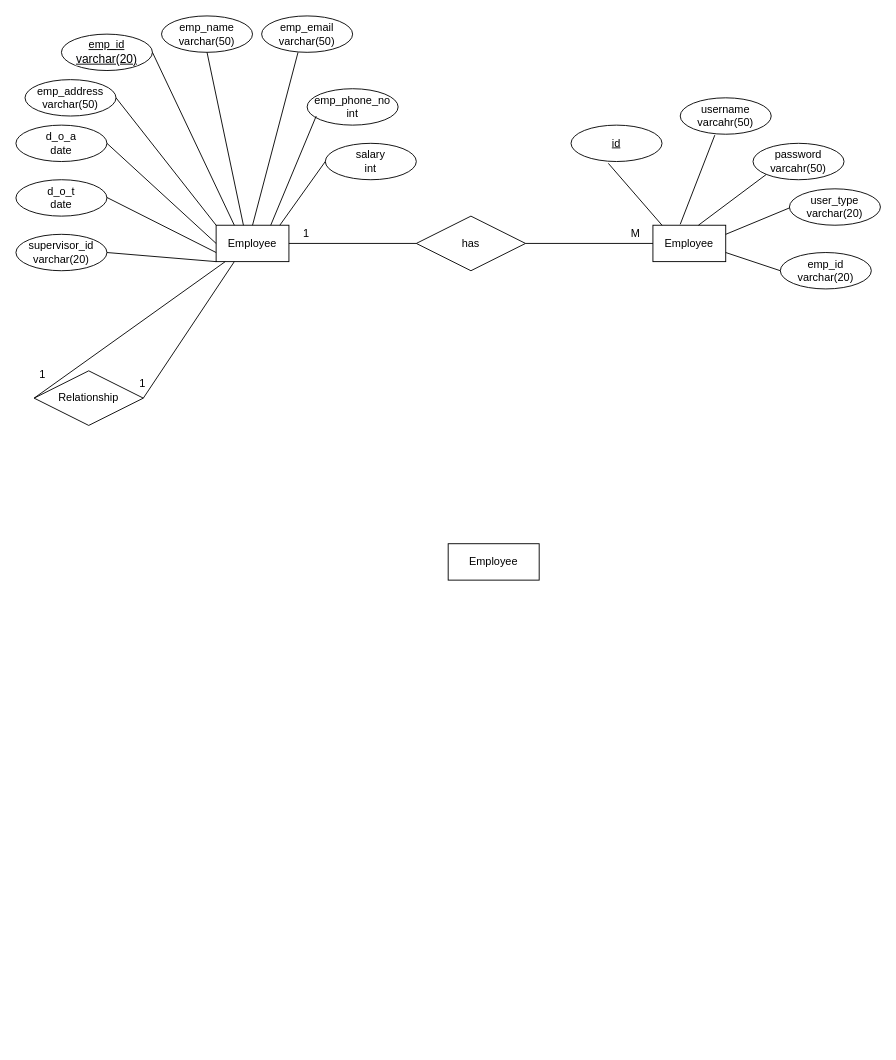
Dulara-Akalanka/Canteen-Management-System keeps this draw.io diagram as Untitled Diagram.drawio. Above is the earlier version. Source tidied: cells renumbered, new cells numbered last; positions are measured from the earlier drawing's top-left corner, leaving out a move shared by most shapes. Both pictures are drawn from the tidied source at 91%, with x=0, y=0 at pixel (15, 15).
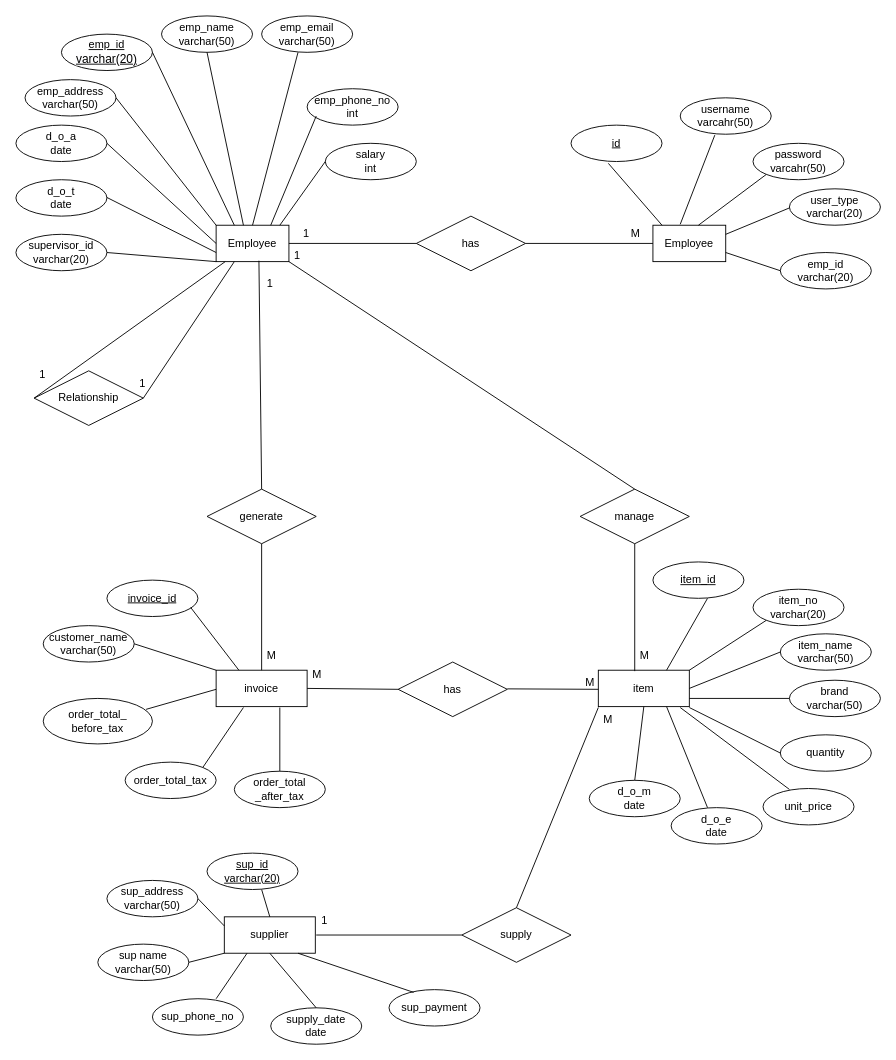
Above is the later version.

The change refers to these unchanged cells:
```xml
<mxCell id="2" value="Employee" style="whiteSpace=wrap;html=1;align=center;" parent="1" vertex="1">
  <mxGeometry x="220" y="230" width="80" height="40" as="geometry" />
</mxCell>
```

Diff of the diagram source:
```diff
@@
-    <mxCell id="3" value="Employee" style="whiteSpace=wrap;html=1;align=center;" parent="1" vertex="1">
-      <mxGeometry x="475" y="580" width="100" height="40" as="geometry" />
+    <mxCell id="3" value="item" style="whiteSpace=wrap;html=1;align=center;" parent="1" vertex="1">
+      <mxGeometry x="640" y="719" width="100" height="40" as="geometry" />
     </mxCell>
@@
+    <mxCell id="43" value="generate" style="shape=rhombus;perimeter=rhombusPerimeter;whiteSpace=wrap;html=1;align=center;" parent="1" vertex="1">
+      <mxGeometry x="210" y="520" width="120" height="60" as="geometry" />
+    </mxCell>
+    <mxCell id="44" value="manage" style="shape=rhombus;perimeter=rhombusPerimeter;whiteSpace=wrap;html=1;align=center;" parent="1" vertex="1">
+      <mxGeometry x="620" y="520" width="120" height="60" as="geometry" />
+    </mxCell>
+    <mxCell id="45" value="invoice" style="whiteSpace=wrap;html=1;align=center;" parent="1" vertex="1">
+      <mxGeometry x="220" y="719" width="100" height="40" as="geometry" />
+    </mxCell>
+    <mxCell id="46" value="invoice_id" style="ellipse;whiteSpace=wrap;html=1;align=center;fontStyle=4;" parent="1" vertex="1">
+      <mxGeometry x="100" y="620" width="100" height="40" as="geometry" />
+    </mxCell>
+    <mxCell id="47" value="customer_name&lt;br&gt;varchar(50)" style="ellipse;whiteSpace=wrap;html=1;align=center;" parent="1" vertex="1">
+      <mxGeometry x="30" y="670" width="100" height="40" as="geometry" />
+    </mxCell>
+    <mxCell id="48" value="order_total_&lt;br&gt;before_tax" style="ellipse;whiteSpace=wrap;html=1;align=center;" parent="1" vertex="1">
+      <mxGeometry x="30" y="750" width="120" height="50" as="geometry" />
+    </mxCell>
+    <mxCell id="49" value="order_total_tax" style="ellipse;whiteSpace=wrap;html=1;align=center;" parent="1" vertex="1">
+      <mxGeometry x="120" y="820" width="100" height="40" as="geometry" />
+    </mxCell>
+    <mxCell id="50" value="order_total&lt;br&gt;_after_tax" style="ellipse;whiteSpace=wrap;html=1;align=center;" parent="1" vertex="1">
+      <mxGeometry x="240" y="830" width="100" height="40" as="geometry" />
+    </mxCell>
+    <mxCell id="51" style="endArrow=none;html=1;rounded=0;entryX=0.5;entryY=0;entryDx=0;entryDy=0;" parent="1" edge="1" target="50">
+      <mxGeometry relative="1" as="geometry">
+        <mxPoint x="290" y="760" as="sourcePoint" />
+      </mxGeometry>
+    </mxCell>
+    <mxCell id="52" style="endArrow=none;html=1;rounded=0;exitX=1;exitY=0;exitDx=0;exitDy=0;" parent="1" edge="1" source="49">
+      <mxGeometry relative="1" as="geometry">
+        <mxPoint x="250" y="760" as="targetPoint" />
+      </mxGeometry>
+    </mxCell>
+    <mxCell id="53" style="endArrow=none;html=1;rounded=0;exitX=0.942;exitY=0.24;exitDx=0;exitDy=0;exitPerimeter=0;" parent="1" edge="1" source="48">
+      <mxGeometry relative="1" as="geometry">
+        <mxPoint x="220" y="740" as="targetPoint" />
+      </mxGeometry>
+    </mxCell>
+    <mxCell id="54" style="endArrow=none;html=1;rounded=0;entryX=0;entryY=0;entryDx=0;entryDy=0;" parent="1" edge="1" target="45">
+      <mxGeometry relative="1" as="geometry">
+        <mxPoint x="130" y="690" as="sourcePoint" />
+      </mxGeometry>
+    </mxCell>
+    <mxCell id="55" style="endArrow=none;html=1;rounded=0;entryX=0.25;entryY=0;entryDx=0;entryDy=0;" parent="1" edge="1" target="45">
+      <mxGeometry relative="1" as="geometry">
+        <mxPoint x="192" y="650" as="sourcePoint" />
+      </mxGeometry>
+    </mxCell>
+    <mxCell id="56" style="endArrow=none;html=1;rounded=0;exitX=0.5;exitY=1;exitDx=0;exitDy=0;entryX=0.5;entryY=0;entryDx=0;entryDy=0;" parent="1" edge="1" source="43" target="45">
+      <mxGeometry relative="1" as="geometry" />
+    </mxCell>
+    <mxCell id="57" style="endArrow=none;html=1;rounded=0;exitX=0.588;exitY=0.975;exitDx=0;exitDy=0;entryX=0.5;entryY=0;entryDx=0;entryDy=0;exitPerimeter=0;" parent="1" edge="1" source="2" target="43">
+      <mxGeometry relative="1" as="geometry" />
+    </mxCell>
+    <mxCell id="58" value="has" style="shape=rhombus;perimeter=rhombusPerimeter;whiteSpace=wrap;html=1;align=center;" parent="1" vertex="1">
+      <mxGeometry x="420" y="710" width="120" height="60" as="geometry" />
+    </mxCell>
+    <mxCell id="59" style="endArrow=none;html=1;rounded=0;exitX=1;exitY=0.5;exitDx=0;exitDy=0;entryX=0;entryY=0.5;entryDx=0;entryDy=0;" parent="1" edge="1" source="45" target="58">
+      <mxGeometry relative="1" as="geometry" />
+    </mxCell>
+    <mxCell id="60" style="endArrow=none;html=1;rounded=0;" parent="1" edge="1">
+      <mxGeometry relative="1" as="geometry">
+        <mxPoint x="540" y="739.5" as="sourcePoint" />
+        <mxPoint x="640" y="740" as="targetPoint" />
+      </mxGeometry>
+    </mxCell>
+    <mxCell id="61" style="endArrow=none;html=1;rounded=0;entryX=0.4;entryY=0.025;entryDx=0;entryDy=0;exitX=0.5;exitY=1;exitDx=0;exitDy=0;entryPerimeter=0;" parent="1" edge="1" source="44" target="3">
+      <mxGeometry relative="1" as="geometry" />
+    </mxCell>
+    <mxCell id="62" style="endArrow=none;html=1;rounded=0;exitX=1;exitY=1;exitDx=0;exitDy=0;entryX=0.5;entryY=0;entryDx=0;entryDy=0;" parent="1" edge="1" source="2" target="44">
+      <mxGeometry relative="1" as="geometry" />
+    </mxCell>
+    <mxCell id="63" value="1" style="text;strokeColor=none;fillColor=none;spacingLeft=4;spacingRight=4;overflow=hidden;fontSize=12;" parent="1" vertex="1">
+      <mxGeometry x="270" y="280" width="40" height="30" as="geometry" />
+    </mxCell>
+    <mxCell id="64" value="M" style="text;strokeColor=none;fillColor=none;spacingLeft=4;spacingRight=4;overflow=hidden;fontSize=12;" parent="1" vertex="1">
+      <mxGeometry x="270" y="689" width="40" height="30" as="geometry" />
+    </mxCell>
+    <mxCell id="65" value="M" style="text;strokeColor=none;fillColor=none;spacingLeft=4;spacingRight=4;overflow=hidden;fontSize=12;" parent="1" vertex="1">
+      <mxGeometry x="320" y="710" width="40" height="30" as="geometry" />
+    </mxCell>
+    <mxCell id="66" value="M" style="text;strokeColor=none;fillColor=none;spacingLeft=4;spacingRight=4;overflow=hidden;fontSize=12;" parent="1" vertex="1">
+      <mxGeometry x="680" y="689" width="40" height="30" as="geometry" />
+    </mxCell>
+    <mxCell id="67" value="M" style="text;strokeColor=none;fillColor=none;spacingLeft=4;spacingRight=4;overflow=hidden;fontSize=12;" parent="1" vertex="1">
+      <mxGeometry x="620" y="719" width="40" height="30" as="geometry" />
+    </mxCell>
+    <mxCell id="68" value="1" style="text;strokeColor=none;fillColor=none;spacingLeft=4;spacingRight=4;overflow=hidden;fontSize=12;" parent="1" vertex="1">
+      <mxGeometry x="300" y="250" width="40" height="30" as="geometry" />
+    </mxCell>
+    <mxCell id="69" value="item_no&lt;br&gt;varchar(20)" style="ellipse;whiteSpace=wrap;html=1;align=center;" parent="1" vertex="1">
+      <mxGeometry x="810" y="630" width="100" height="40" as="geometry" />
+    </mxCell>
+    <mxCell id="70" value="item_id" style="ellipse;whiteSpace=wrap;html=1;align=center;fontStyle=4;" parent="1" vertex="1">
+      <mxGeometry x="700" y="600" width="100" height="40" as="geometry" />
+    </mxCell>
+    <mxCell id="71" value="item_name&lt;br&gt;varchar(50)" style="ellipse;whiteSpace=wrap;html=1;align=center;" parent="1" vertex="1">
+      <mxGeometry x="840" y="679" width="100" height="40" as="geometry" />
+    </mxCell>
+    <mxCell id="72" value="brand&lt;br&gt;varchar(50)" style="ellipse;whiteSpace=wrap;html=1;align=center;" parent="1" vertex="1">
+      <mxGeometry x="850" y="730" width="100" height="40" as="geometry" />
+    </mxCell>
+    <mxCell id="73" value="quantity" style="ellipse;whiteSpace=wrap;html=1;align=center;" parent="1" vertex="1">
+      <mxGeometry x="840" y="790" width="100" height="40" as="geometry" />
+    </mxCell>
+    <mxCell id="74" value="d_o_m&lt;br&gt;date" style="ellipse;whiteSpace=wrap;html=1;align=center;" parent="1" vertex="1">
+      <mxGeometry x="630" y="840" width="100" height="40" as="geometry" />
+    </mxCell>
+    <mxCell id="75" value="d_o_e&lt;br&gt;date" style="ellipse;whiteSpace=wrap;html=1;align=center;" parent="1" vertex="1">
+      <mxGeometry x="720" y="870" width="100" height="40" as="geometry" />
+    </mxCell>
+    <mxCell id="76" value="unit_price" style="ellipse;whiteSpace=wrap;html=1;align=center;" parent="1" vertex="1">
+      <mxGeometry x="821" y="849" width="100" height="40" as="geometry" />
+    </mxCell>
+    <mxCell id="77" style="endArrow=none;html=1;rounded=0;entryX=0.6;entryY=1;entryDx=0;entryDy=0;entryPerimeter=0;exitX=0.75;exitY=0;exitDx=0;exitDy=0;" parent="1" edge="1" source="3" target="70">
+      <mxGeometry relative="1" as="geometry" />
+    </mxCell>
+    <mxCell id="78" style="endArrow=none;html=1;rounded=0;entryX=0;entryY=1;entryDx=0;entryDy=0;exitX=1;exitY=0;exitDx=0;exitDy=0;" parent="1" edge="1" source="3" target="69">
+      <mxGeometry relative="1" as="geometry" />
+    </mxCell>
+    <mxCell id="79" style="endArrow=none;html=1;rounded=0;entryX=0;entryY=0.5;entryDx=0;entryDy=0;exitX=1;exitY=0.5;exitDx=0;exitDy=0;" parent="1" edge="1" source="3" target="71">
+      <mxGeometry relative="1" as="geometry" />
+    </mxCell>
+    <mxCell id="80" style="endArrow=none;html=1;rounded=0;" parent="1" edge="1">
+      <mxGeometry relative="1" as="geometry">
+        <mxPoint x="740" y="750" as="sourcePoint" />
+        <mxPoint x="850" y="750" as="targetPoint" />
+      </mxGeometry>
+    </mxCell>
+    <mxCell id="81" style="endArrow=none;html=1;rounded=0;" parent="1" edge="1">
+      <mxGeometry relative="1" as="geometry">
+        <mxPoint x="740" y="760" as="sourcePoint" />
+        <mxPoint x="840" y="810" as="targetPoint" />
+      </mxGeometry>
+    </mxCell>
+    <mxCell id="82" style="endArrow=none;html=1;rounded=0;" parent="1" edge="1">
+      <mxGeometry relative="1" as="geometry">
+        <mxPoint x="730" y="760" as="sourcePoint" />
+        <mxPoint x="850" y="850" as="targetPoint" />
+      </mxGeometry>
+    </mxCell>
+    <mxCell id="83" style="endArrow=none;html=1;rounded=0;exitX=0.75;exitY=1;exitDx=0;exitDy=0;" parent="1" edge="1" source="3">
+      <mxGeometry relative="1" as="geometry">
+        <mxPoint x="760" y="870" as="targetPoint" />
+      </mxGeometry>
+    </mxCell>
+    <mxCell id="84" style="endArrow=none;html=1;rounded=0;entryX=0.5;entryY=0;entryDx=0;entryDy=0;exitX=0.5;exitY=1;exitDx=0;exitDy=0;" parent="1" edge="1" source="3" target="74">
+      <mxGeometry relative="1" as="geometry" />
+    </mxCell>
+    <mxCell id="85" value="supply" style="shape=rhombus;perimeter=rhombusPerimeter;whiteSpace=wrap;html=1;align=center;" parent="1" vertex="1">
+      <mxGeometry x="490" y="980" width="120" height="60" as="geometry" />
+    </mxCell>
+    <mxCell id="86" style="endArrow=none;html=1;rounded=0;exitX=0.5;exitY=0;exitDx=0;exitDy=0;" parent="1" edge="1" source="85">
+      <mxGeometry relative="1" as="geometry">
+        <mxPoint x="640" y="760" as="targetPoint" />
+      </mxGeometry>
+    </mxCell>
+    <mxCell id="87" value="supplier" style="whiteSpace=wrap;html=1;align=center;" parent="1" vertex="1">
+      <mxGeometry x="229" y="990" width="100" height="40" as="geometry" />
+    </mxCell>
+    <mxCell id="88" style="endArrow=none;html=1;rounded=0;" parent="1" edge="1">
+      <mxGeometry relative="1" as="geometry">
+        <mxPoint x="330" y="1010" as="sourcePoint" />
+        <mxPoint x="490" y="1010" as="targetPoint" />
+      </mxGeometry>
+    </mxCell>
+    <mxCell id="89" value="sup name&lt;br&gt;varchar(50)" style="ellipse;whiteSpace=wrap;html=1;align=center;" parent="1" vertex="1">
+      <mxGeometry x="90" y="1020" width="100" height="40" as="geometry" />
+    </mxCell>
+    <mxCell id="90" value="sup_id&lt;br&gt;varchar(20)" style="ellipse;whiteSpace=wrap;html=1;align=center;fontStyle=4;" parent="1" vertex="1">
+      <mxGeometry x="210" y="920" width="100" height="40" as="geometry" />
+    </mxCell>
+    <mxCell id="91" value="sup_address&lt;br&gt;varchar(50)" style="ellipse;whiteSpace=wrap;html=1;align=center;" parent="1" vertex="1">
+      <mxGeometry x="100" y="950" width="100" height="40" as="geometry" />
+    </mxCell>
+    <mxCell id="92" value="sup_phone_no" style="ellipse;whiteSpace=wrap;html=1;align=center;" parent="1" vertex="1">
+      <mxGeometry x="150" y="1080" width="100" height="40" as="geometry" />
+    </mxCell>
+    <mxCell id="93" value="supply_date&lt;br&gt;date" style="ellipse;whiteSpace=wrap;html=1;align=center;" parent="1" vertex="1">
+      <mxGeometry x="280" y="1090" width="100" height="40" as="geometry" />
+    </mxCell>
+    <mxCell id="94" value="sup_payment" style="ellipse;whiteSpace=wrap;html=1;align=center;" parent="1" vertex="1">
+      <mxGeometry x="410" y="1070" width="100" height="40" as="geometry" />
+    </mxCell>
+    <mxCell id="95" style="endArrow=none;html=1;rounded=0;entryX=0.27;entryY=0.075;entryDx=0;entryDy=0;entryPerimeter=0;" parent="1" edge="1" target="94">
+      <mxGeometry relative="1" as="geometry">
+        <mxPoint x="310" y="1030" as="sourcePoint" />
+      </mxGeometry>
+    </mxCell>
+    <mxCell id="96" style="endArrow=none;html=1;rounded=0;entryX=0.5;entryY=0;entryDx=0;entryDy=0;exitX=0.5;exitY=1;exitDx=0;exitDy=0;" parent="1" edge="1" source="87" target="93">
+      <mxGeometry relative="1" as="geometry" />
+    </mxCell>
+    <mxCell id="97" style="endArrow=none;html=1;rounded=0;entryX=0.25;entryY=1;entryDx=0;entryDy=0;exitX=0.7;exitY=0;exitDx=0;exitDy=0;exitPerimeter=0;" parent="1" edge="1" source="92" target="87">
+      <mxGeometry relative="1" as="geometry" />
+    </mxCell>
+    <mxCell id="98" style="endArrow=none;html=1;rounded=0;exitX=1;exitY=0.5;exitDx=0;exitDy=0;entryX=0;entryY=1;entryDx=0;entryDy=0;" parent="1" edge="1" source="89" target="87">
+      <mxGeometry relative="1" as="geometry" />
+    </mxCell>
+    <mxCell id="99" style="endArrow=none;html=1;rounded=0;entryX=0;entryY=0.25;entryDx=0;entryDy=0;" parent="1" edge="1" target="87">
+      <mxGeometry relative="1" as="geometry">
+        <mxPoint x="200" y="970" as="sourcePoint" />
+      </mxGeometry>
+    </mxCell>
+    <mxCell id="100" style="endArrow=none;html=1;rounded=0;entryX=0.5;entryY=0;entryDx=0;entryDy=0;" parent="1" edge="1" target="87">
+      <mxGeometry relative="1" as="geometry">
+        <mxPoint x="270" y="960" as="sourcePoint" />
+      </mxGeometry>
+    </mxCell>
+    <mxCell id="101" value="1" style="text;strokeColor=none;fillColor=none;spacingLeft=4;spacingRight=4;overflow=hidden;fontSize=12;" parent="1" vertex="1">
+      <mxGeometry x="330" y="980" width="40" height="30" as="geometry" />
+    </mxCell>
+    <mxCell id="102" value="M" style="text;strokeColor=none;fillColor=none;spacingLeft=4;spacingRight=4;overflow=hidden;fontSize=12;" parent="1" vertex="1">
+      <mxGeometry x="640" y="760" width="40" height="30" as="geometry" />
+    </mxCell>
```
